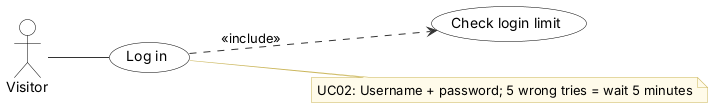
JmlAsync/inventory-pos-system keeps this PlantUML diagram as diagrams/uml/14_UC02_log_in.png. Above is the earlier version. Its diagram source:
```plantuml
@startuml
skinparam defaultFontName Arial
skinparam shadowing false
skinparam ArrowColor #333333
skinparam rectangle {
  BackgroundColor White
  BorderColor Black
}
skinparam usecase {
  BackgroundColor White
  BorderColor Black
}
skinparam class {
  BackgroundColor White
  BorderColor Black
  HeaderBackgroundColor #E6F1EE
}
skinparam activity {
  BackgroundColor White
  BorderColor Black
}
skinparam state {
  BackgroundColor White
  BorderColor Black
}
skinparam sequence {
  ParticipantBackgroundColor White
  ParticipantBorderColor Black
  LifeLineBorderColor #888888
  ActorBorderColor Black
  ActorBackgroundColor White
}
skinparam note {
  BackgroundColor #FFFBEA
  BorderColor #C9B458
}
skinparam swimlaneWidth same
hide circle

left to right direction
actor "Visitor" as Visitor
usecase "Log in" as U
usecase "Check login limit" as I0
U ..> I0 : <<include>>
Visitor -- U
note right of U
  UC02: Username + password; 5 wrong tries = wait 5 minutes
end note
@enduml
```
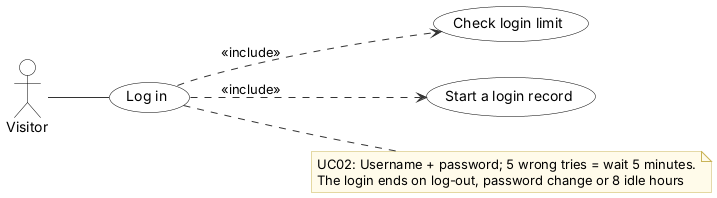
Later version of the same file.

Change to the diagram source:
```diff
@@ -42,8 +42,11 @@
 usecase "Log in" as U
 usecase "Check login limit" as I0
 U ..> I0 : <<include>>
+usecase "Start a login record" as I1
+U ..> I1 : <<include>>
 Visitor -- U
 note right of U
-  UC02: Username + password; 5 wrong tries = wait 5 minutes
+  UC02: Username + password; 5 wrong tries = wait 5 minutes.
+  The login ends on log-out, password change or 8 idle hours
 end note
 @enduml
```
